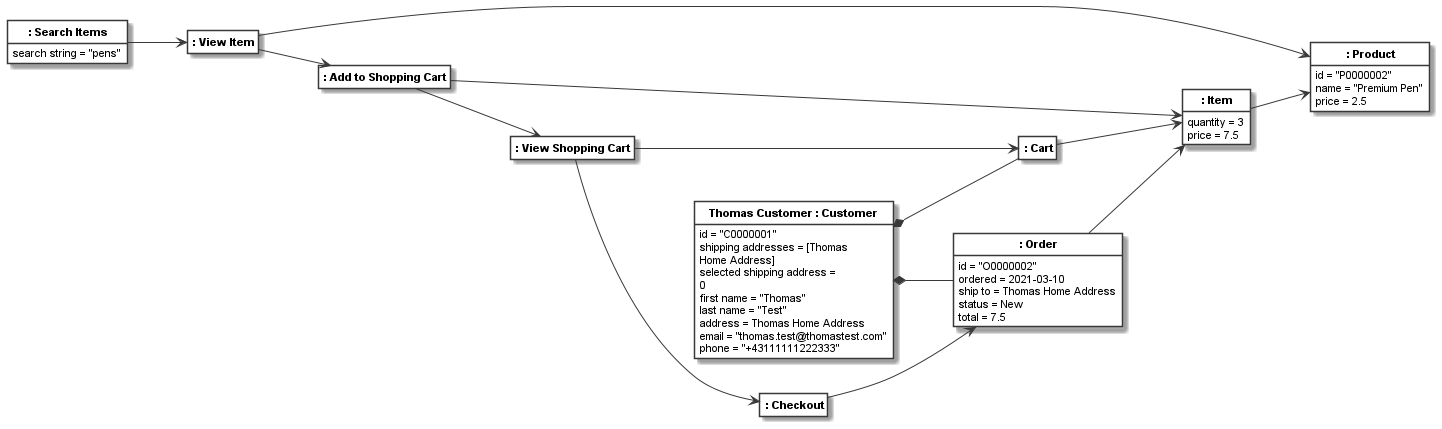
This is docsrc/source/images/shopping_trace_object_model_with_objects.png from uzdun/CodeableModels, a PlantUML export, as it was before one commit.
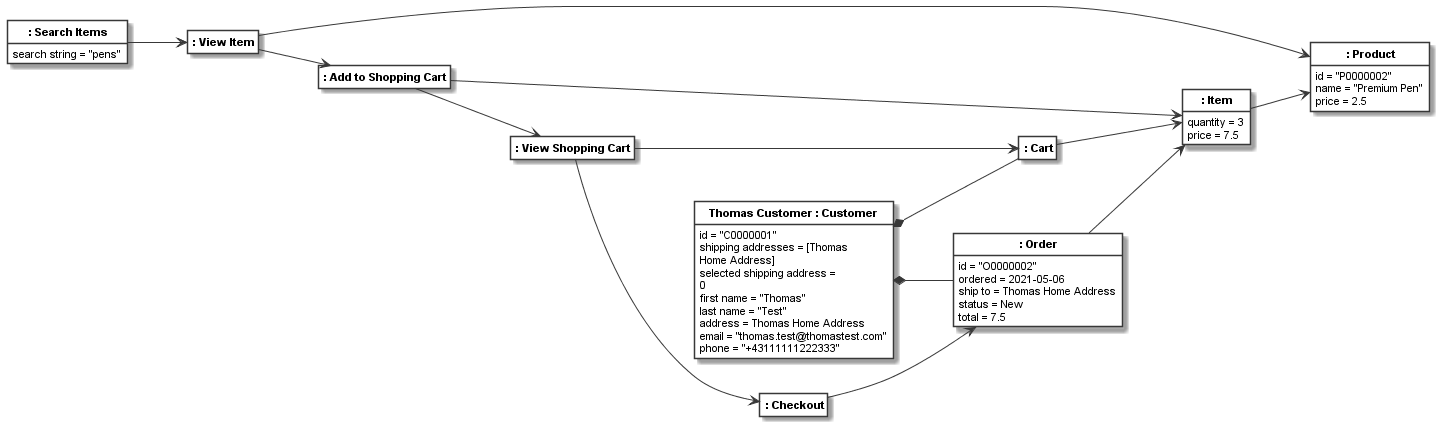
After the change.

Diff of the diagram source:
```diff
@@ -36,7 +36,7 @@
 
 class "<b> : Order</b>" as __7_None {
 id = "O0000002"
-ordered = 2021-03-10
+ordered = 2021-05-06
 ship to = Thomas Home Address
 status = New
 total = 7.5
```
